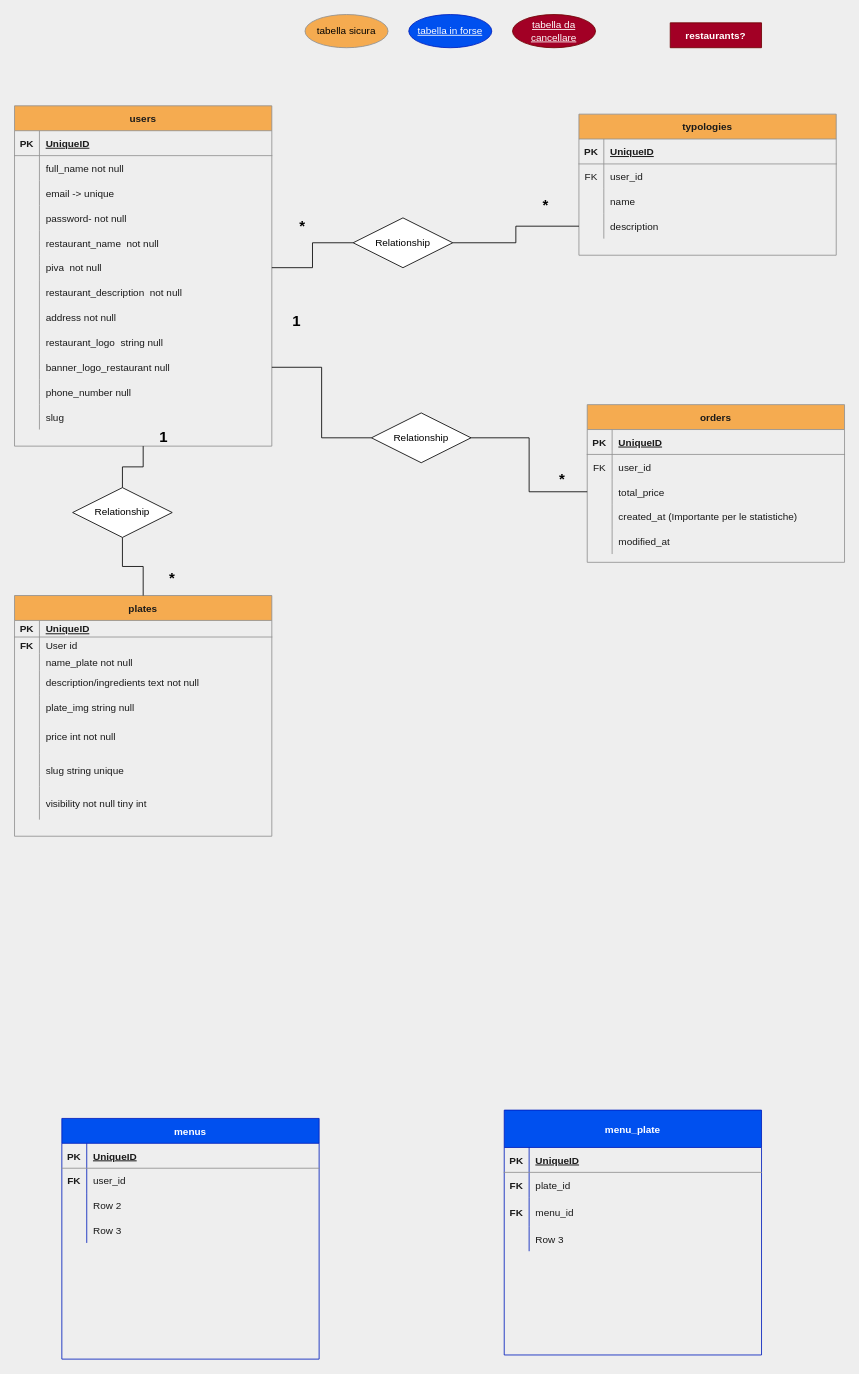
Above: db_tables.drawio in Alfredloz/fast-n-food (draw.io), before the change. Source tidied: cells renumbered, new cells numbered last; positions are measured from the earlier drawing's top-left corner, leaving out a move shared by most shapes. Both pictures are drawn from the tidied source at 83%, with x=0, y=0 at pixel (14, 14).
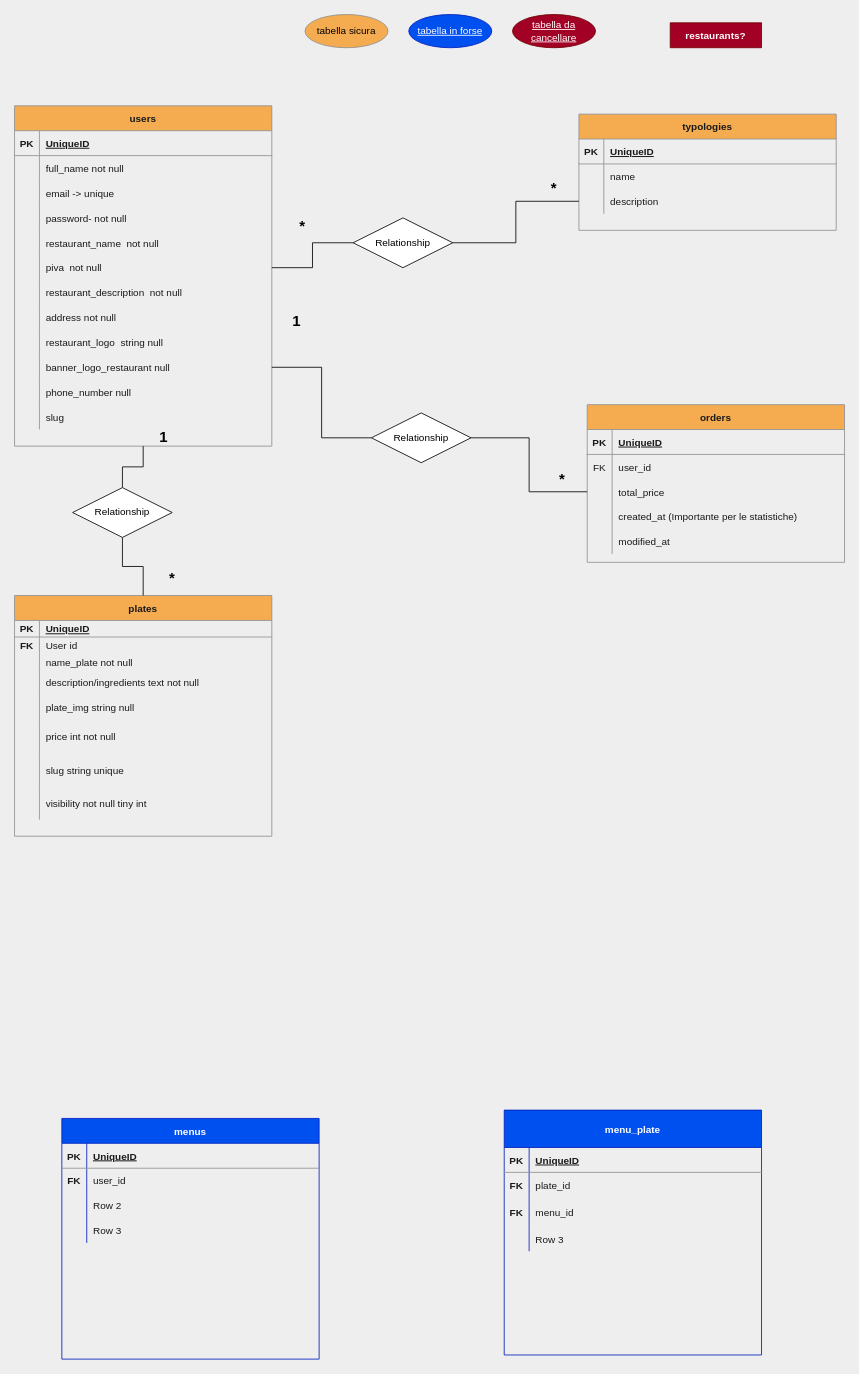
The same page after the edit.

Commit message:
Eliminata foreign key dalla tabella typologies

Change to the diagram source:
```diff
@@
     <mxCell id="40" value="typologies" style="shape=table;startSize=30;childLayout=tableLayout;rowLines=0;fontStyle=1;align=center;fillColor=#F5AB50;strokeColor=#909090;fontColor=#1A1A1A;" parent="1" vertex="1">
-      <mxGeometry x="680" y="120" width="310" height="170" as="geometry" />
+      <mxGeometry x="680" y="120" width="310" height="140" as="geometry" />
     </mxCell>
@@
-    <mxCell id="44" style="shape=partialRectangle;fillColor=none;top=0;left=0;bottom=0;right=0;strokeColor=#909090;fontColor=#1A1A1A;" parent="40" vertex="1">
-      <mxGeometry y="60" width="310" height="30" as="geometry" />
-    </mxCell>
-    <mxCell id="45" value="FK" style="shape=partialRectangle;fillColor=none;top=0;left=0;bottom=0;right=0;overflow=hidden;strokeColor=#909090;fontColor=#1A1A1A;" parent="44" vertex="1">
-      <mxGeometry width="30" height="30" as="geometry" />
-    </mxCell>
-    <mxCell id="46" value="user_id" style="shape=partialRectangle;fillColor=none;top=0;left=0;bottom=0;right=0;align=left;spacingLeft=6;overflow=hidden;strokeColor=#909090;fontColor=#1A1A1A;" parent="44" vertex="1">
-      <mxGeometry x="30" width="280" height="30" as="geometry" />
-    </mxCell>
     <mxCell id="47" style="shape=partialRectangle;fillColor=none;top=0;left=0;bottom=0;right=0;strokeColor=#909090;fontColor=#1A1A1A;" parent="40" vertex="1">
-      <mxGeometry y="90" width="310" height="30" as="geometry" />
+      <mxGeometry y="60" width="310" height="30" as="geometry" />
     </mxCell>
@@
     <mxCell id="50" style="shape=partialRectangle;fillColor=none;top=0;left=0;bottom=0;right=0;points=[[0,0.5],[1,0.5]];portConstraint=eastwest;strokeColor=#909090;fontColor=#1A1A1A;" parent="40" vertex="1">
-      <mxGeometry y="120" width="310" height="30" as="geometry" />
+      <mxGeometry y="90" width="310" height="30" as="geometry" />
     </mxCell>
@@
     <mxCell id="126" value="&lt;font style=&quot;font-size: 18px&quot;&gt;&lt;b&gt;*&lt;/b&gt;&lt;/font&gt;" style="text;html=1;strokeColor=none;align=center;verticalAlign=middle;whiteSpace=wrap;rounded=0;fontColor=#000000;" parent="1" vertex="1">
-      <mxGeometry x="620" y="220" width="40" height="20" as="geometry" />
+      <mxGeometry x="630" y="200" width="40" height="20" as="geometry" />
     </mxCell>
```
